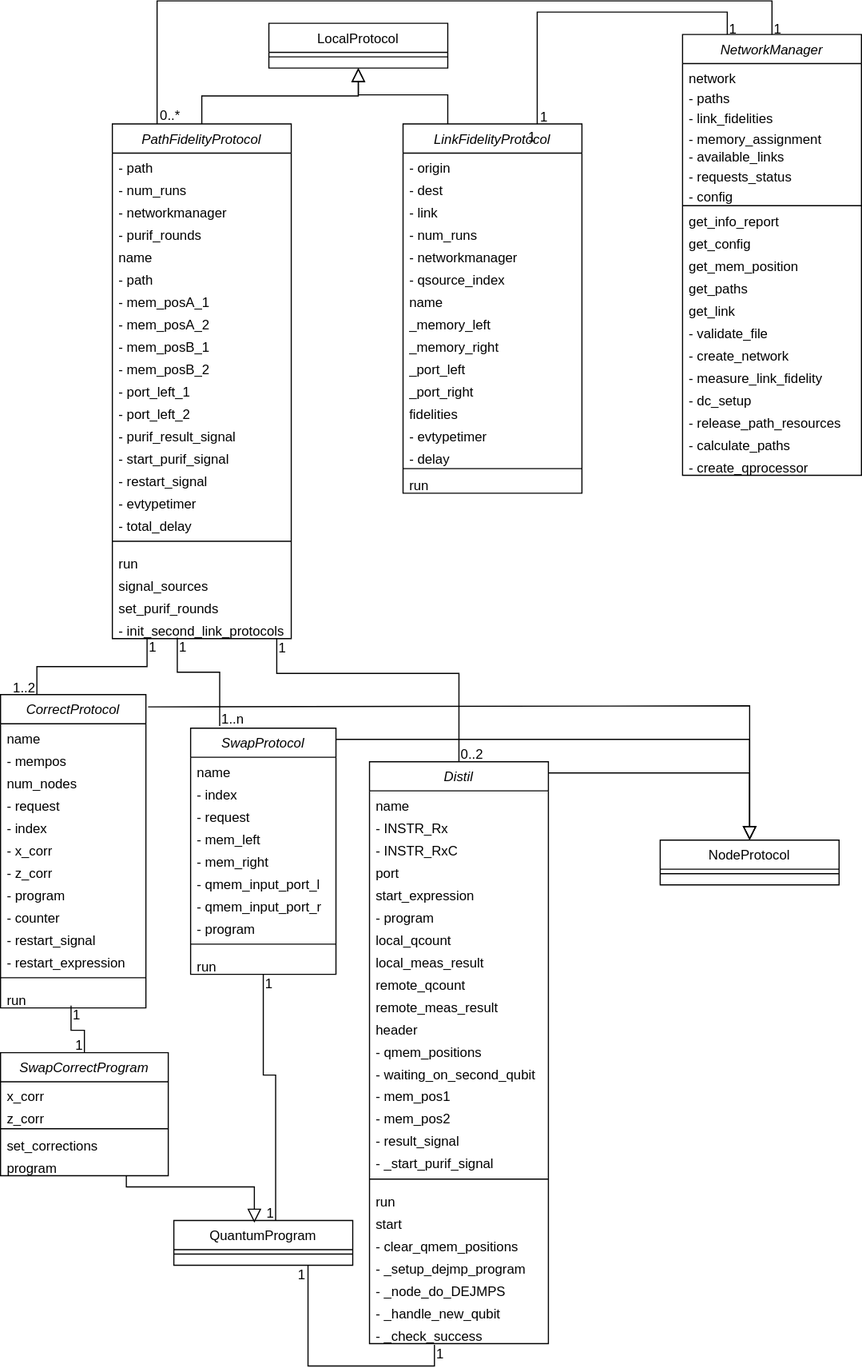
The draw.io diagram Diagramas/Clase/tec-NetWorkManagerprotocols.svg in davidpcuvigo/quantumcity, before a commit. Source tidied: cells renumbered, new cells last; positions are measured from the earlier drawing's top-left corner, leaving out a move shared by most shapes.
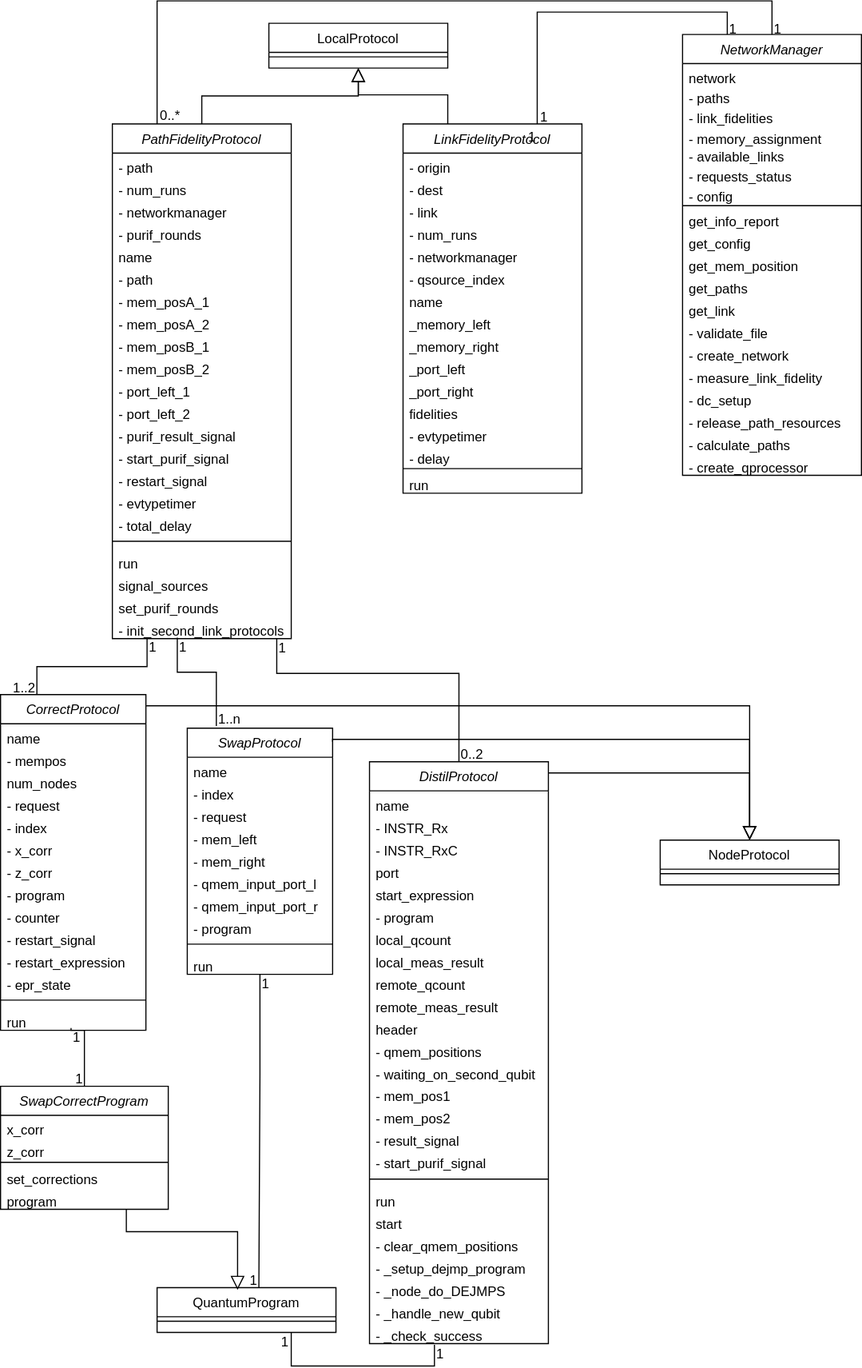
Above is the later version.

What changed in the source:
```diff
@@ -84,7 +84,7 @@
       <mxGeometry y="26" width="160" height="8" as="geometry" />
     </mxCell>
     <mxCell id="29" value="SwapProtocol" style="swimlane;fontStyle=2;align=center;verticalAlign=top;horizontal=1;startSize=26;rounded=0;shadow=0;strokeWidth=1;" parent="1" vertex="1">
-      <mxGeometry x="170" y="650" width="130" height="220" as="geometry" />
+      <mxGeometry x="167" y="650" width="130" height="220" as="geometry" />
     </mxCell>
     <mxCell id="30" value="name" style="text;align=left;verticalAlign=top;spacingLeft=4;spacingRight=4;overflow=hidden;" parent="29" vertex="1">
       <mxGeometry y="26" width="130" height="20" as="geometry" />
@@ -117,7 +117,7 @@
       <mxGeometry y="200" width="130" height="20" as="geometry" />
     </mxCell>
     <mxCell id="40" value="CorrectProtocol" style="swimlane;fontStyle=2;align=center;verticalAlign=top;horizontal=1;startSize=26;rounded=0;shadow=0;strokeWidth=1;" parent="1" vertex="1">
-      <mxGeometry y="620" width="130" height="280" as="geometry" />
+      <mxGeometry y="620" width="130" height="300" as="geometry" />
     </mxCell>
     <mxCell id="41" value="name" style="text;align=left;verticalAlign=top;spacingLeft=4;spacingRight=4;overflow=hidden;" parent="40" vertex="1">
       <mxGeometry y="26" width="130" height="20" as="geometry" />
@@ -152,13 +152,16 @@
     <mxCell id="51" value="- restart_expression" style="text;align=left;verticalAlign=top;spacingLeft=4;spacingRight=4;overflow=hidden;" parent="40" vertex="1">
       <mxGeometry y="226" width="130" height="20" as="geometry" />
     </mxCell>
+    <mxCell id="157" value="- epr_state" style="text;align=left;verticalAlign=top;spacingLeft=4;spacingRight=4;overflow=hidden;" parent="40" vertex="1">
+      <mxGeometry y="246" width="130" height="20" as="geometry" />
+    </mxCell>
     <mxCell id="52" style="line;html=1;strokeWidth=1;align=left;verticalAlign=middle;spacingTop=-1;spacingLeft=3;spacingRight=3;labelPosition=right;" parent="40" vertex="1">
-      <mxGeometry y="246" width="130" height="14" as="geometry" />
+      <mxGeometry y="266" width="130" height="14" as="geometry" />
     </mxCell>
     <mxCell id="53" value="run" style="text;align=left;verticalAlign=top;spacingLeft=4;spacingRight=4;overflow=hidden;points=[[0,0.5],[1,0.5]];portConstraint=eastwest;" parent="40" vertex="1">
-      <mxGeometry y="260" width="130" height="20" as="geometry" />
+      <mxGeometry y="280" width="130" height="20" as="geometry" />
     </mxCell>
-    <mxCell id="54" value="Distil" style="swimlane;fontStyle=2;align=center;verticalAlign=top;horizontal=1;startSize=26;rounded=0;shadow=0;strokeWidth=1;" parent="1" vertex="1">
+    <mxCell id="54" value="DistilProtocol" style="swimlane;fontStyle=2;align=center;verticalAlign=top;horizontal=1;startSize=26;rounded=0;shadow=0;strokeWidth=1;" parent="1" vertex="1">
       <mxGeometry x="330" y="680" width="160" height="520" as="geometry" />
     </mxCell>
     <mxCell id="55" value="name" style="text;align=left;verticalAlign=top;spacingLeft=4;spacingRight=4;overflow=hidden;" parent="54" vertex="1">
@@ -209,7 +212,7 @@
     <mxCell id="70" value="- result_signal" style="text;align=left;verticalAlign=top;spacingLeft=4;spacingRight=4;overflow=hidden;" parent="54" vertex="1">
       <mxGeometry y="326" width="160" height="20" as="geometry" />
     </mxCell>
-    <mxCell id="71" value="- _start_purif_signal" style="text;align=left;verticalAlign=top;spacingLeft=4;spacingRight=4;overflow=hidden;" parent="54" vertex="1">
+    <mxCell id="71" value="- start_purif_signal" style="text;align=left;verticalAlign=top;spacingLeft=4;spacingRight=4;overflow=hidden;" parent="54" vertex="1">
       <mxGeometry y="346" width="160" height="20" as="geometry" />
     </mxCell>
     <mxCell id="72" style="line;html=1;strokeWidth=1;align=left;verticalAlign=middle;spacingTop=-1;spacingLeft=3;spacingRight=3;labelPosition=right;" parent="54" vertex="1">
@@ -240,7 +243,7 @@
       <mxGeometry relative="1" as="geometry" />
     </mxCell>
     <mxCell id="81" value="SwapCorrectProgram" style="swimlane;fontStyle=2;align=center;verticalAlign=top;horizontal=1;startSize=26;rounded=0;shadow=0;strokeWidth=1;" parent="1" vertex="1">
-      <mxGeometry y="940" width="150" height="110" as="geometry" />
+      <mxGeometry y="970" width="150" height="110" as="geometry" />
     </mxCell>
     <mxCell id="82" value="x_corr" style="text;align=left;verticalAlign=top;spacingLeft=4;spacingRight=4;overflow=hidden;" parent="81" vertex="1">
       <mxGeometry y="26" width="150" height="20" as="geometry" />
@@ -258,7 +261,7 @@
       <mxGeometry y="90" width="150" height="20" as="geometry" />
     </mxCell>
     <mxCell id="87" value="QuantumProgram" style="swimlane;fontStyle=0;align=center;verticalAlign=top;horizontal=1;startSize=26;rounded=0;shadow=0;strokeWidth=1;" parent="1" vertex="1">
-      <mxGeometry x="155" y="1090" width="160" height="40" as="geometry" />
+      <mxGeometry x="140" y="1150" width="160" height="40" as="geometry" />
     </mxCell>
     <mxCell id="88" style="line;html=1;strokeWidth=1;align=left;verticalAlign=middle;spacingTop=-1;spacingLeft=3;spacingRight=3;labelPosition=right;" parent="87" vertex="1">
       <mxGeometry y="26" width="160" height="8" as="geometry" />
@@ -266,7 +269,7 @@
     <mxCell id="89" style="endArrow=block;endSize=10;endFill=0;shadow=0;strokeWidth=1;rounded=0;curved=0;edgeStyle=elbowEdgeStyle;elbow=vertical;exitX=0.75;exitY=1;exitDx=0;exitDy=0;entryX=0.45;entryY=0.05;entryDx=0;entryDy=0;entryPerimeter=0;" parent="1" edge="1" source="81" target="87">
       <mxGeometry relative="1" as="geometry">
         <Array as="points">
-          <mxPoint x="180" y="1060" />
+          <mxPoint x="160" y="1100" />
         </Array>
       </mxGeometry>
     </mxCell>
@@ -545,17 +548,17 @@
         </Array>
       </mxGeometry>
     </mxCell>
-    <mxCell id="155" style="endArrow=block;endSize=10;endFill=0;shadow=0;strokeWidth=1;rounded=0;curved=0;edgeStyle=elbowEdgeStyle;elbow=vertical;entryX=0.5;entryY=0;entryDx=0;entryDy=0;" parent="1" edge="1" target="27">
+    <mxCell id="155" style="endArrow=block;endSize=10;endFill=0;shadow=0;strokeWidth=1;rounded=0;curved=0;edgeStyle=elbowEdgeStyle;elbow=vertical;entryX=0.5;entryY=0;entryDx=0;entryDy=0;exitX=1;exitY=0.055;exitDx=0;exitDy=0;exitPerimeter=0;" parent="1" edge="1" source="29" target="27">
       <mxGeometry relative="1" as="geometry">
-        <mxPoint x="300" y="660" as="sourcePoint" />
         <Array as="points">
           <mxPoint x="490" y="660" />
           <mxPoint x="585" y="560" />
         </Array>
       </mxGeometry>
     </mxCell>
-    <mxCell id="156" style="endArrow=block;endSize=10;endFill=0;shadow=0;strokeWidth=1;rounded=0;curved=0;edgeStyle=elbowEdgeStyle;elbow=vertical;exitX=1.015;exitY=0.039;exitDx=0;exitDy=0;entryX=0.5;entryY=0;entryDx=0;entryDy=0;exitPerimeter=0;" parent="1" edge="1" source="40" target="27">
+    <mxCell id="156" style="endArrow=block;endSize=10;endFill=0;shadow=0;strokeWidth=1;rounded=0;curved=0;edgeStyle=elbowEdgeStyle;elbow=vertical;entryX=0.5;entryY=0;entryDx=0;entryDy=0;" parent="1" edge="1" target="27">
       <mxGeometry relative="1" as="geometry">
+        <mxPoint x="130" y="630" as="sourcePoint" />
         <Array as="points">
           <mxPoint x="400" y="630" />
           <mxPoint x="595" y="570" />
```
